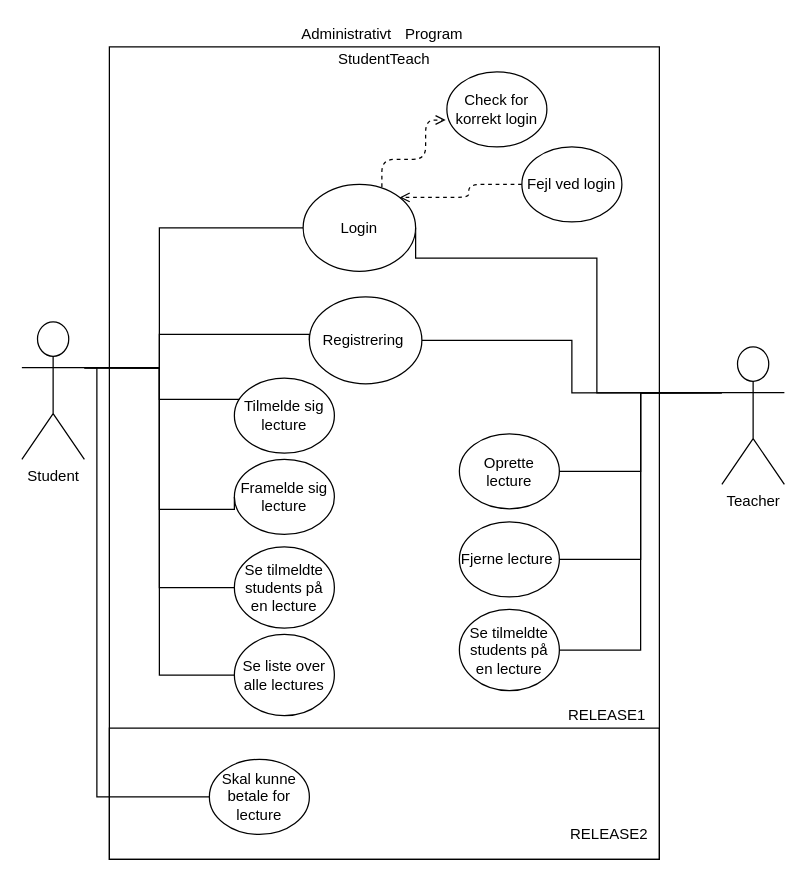
The draw.io diagram public/Andet/Programmerings_usecase.drawio in ChrisMJAndre/GruppeProjekt-2, before the edit. Source tidied: cells renumbered, new cells numbered last; positions are measured from the earlier drawing's top-left corner, leaving out a move shared by most shapes. Both pictures are drawn from the tidied source at 125%, with x=0, y=0 at pixel (21, 21).
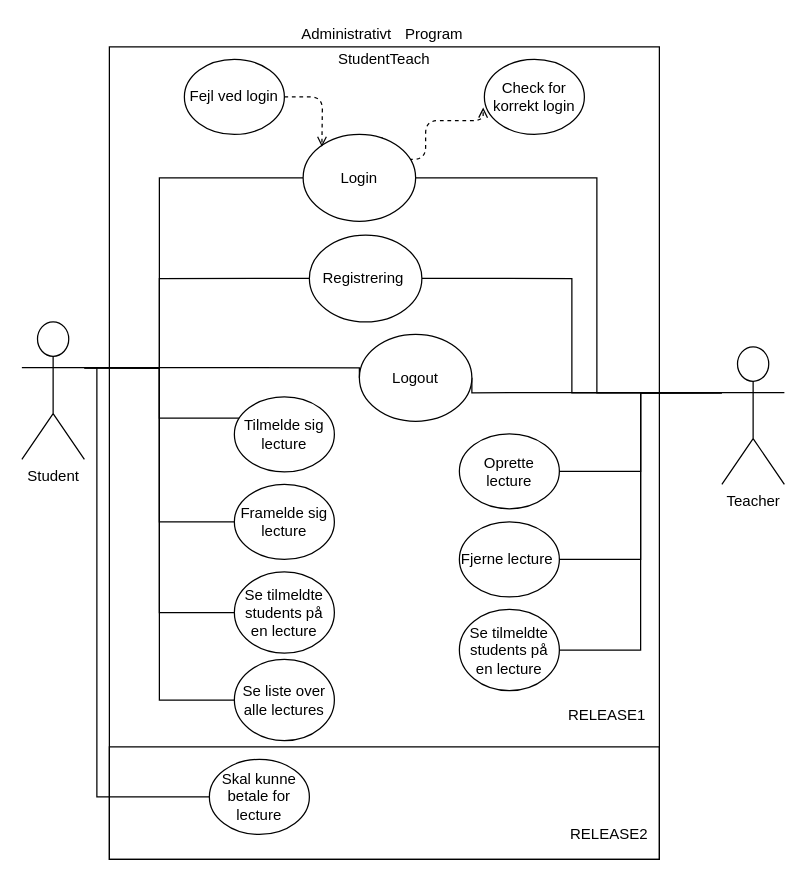
After the change.

Commit message:
Opdateret usecase (igen, igen)

The change refers to these unchanged cells:
```xml
<mxCell id="13" value="Student" style="shape=umlActor;verticalLabelPosition=bottom;labelBackgroundColor=#ffffff;verticalAlign=top;html=1;outlineConnect=0;" parent="1" vertex="1">
  <mxGeometry y="240" width="50" height="110" as="geometry" />
</mxCell>
<mxCell id="19" value="Teacher" style="shape=umlActor;verticalLabelPosition=bottom;labelBackgroundColor=#ffffff;verticalAlign=top;html=1;outlineConnect=0;" parent="1" vertex="1">
  <mxGeometry x="560" y="260" width="50" height="110" as="geometry" />
</mxCell>
```

Change to the diagram source:
```diff
@@
     <mxCell id="7" style="edgeStyle=orthogonalEdgeStyle;rounded=0;jettySize=auto;html=1;exitX=1;exitY=0.3333333333333333;exitDx=0;exitDy=0;exitPerimeter=0;entryX=0;entryY=0.5;entryDx=0;entryDy=0;endArrow=none;endFill=0;strokeColor=#000000;" parent="1" edge="1" source="13" target="29">
       <mxGeometry relative="1" as="geometry">
         <Array as="points">
           <mxPoint x="110" y="277" />
-          <mxPoint x="110" y="390" />
+          <mxPoint x="110" y="400" />
         </Array>
       </mxGeometry>
     </mxCell>
@@
     <mxCell id="9" style="edgeStyle=orthogonalEdgeStyle;rounded=0;jettySize=auto;html=1;exitX=1;exitY=0.3333333333333333;exitDx=0;exitDy=0;exitPerimeter=0;entryX=0;entryY=0.5;entryDx=0;entryDy=0;endArrow=none;endFill=0;" parent="1" edge="1" source="13" target="30">
       <mxGeometry relative="1" as="geometry">
         <Array as="points">
           <mxPoint x="110" y="277" />
-          <mxPoint x="110" y="250" />
-          <mxPoint x="230" y="250" />
+          <mxPoint x="110" y="205" />
         </Array>
       </mxGeometry>
     </mxCell>
     <mxCell id="10" style="edgeStyle=orthogonalEdgeStyle;rounded=0;jettySize=auto;html=1;exitX=1;exitY=0.3333333333333333;exitDx=0;exitDy=0;exitPerimeter=0;entryX=0;entryY=0.5;entryDx=0;entryDy=0;endArrow=none;endFill=0;" parent="1" edge="1" source="13" target="21">
       <mxGeometry relative="1" as="geometry">
         <Array as="points">
           <mxPoint x="110" y="277" />
-          <mxPoint x="110" y="165" />
+          <mxPoint x="110" y="125" />
         </Array>
       </mxGeometry>
     </mxCell>
     <mxCell id="11" style="edgeStyle=orthogonalEdgeStyle;rounded=0;jettySize=auto;html=1;exitX=1;exitY=0.3333333333333333;exitDx=0;exitDy=0;exitPerimeter=0;entryX=0;entryY=0.5;entryDx=0;entryDy=0;endArrow=none;endFill=0;" parent="1" edge="1" source="13" target="35">
       <mxGeometry relative="1" as="geometry">
         <Array as="points">
           <mxPoint x="110" y="277" />
-          <mxPoint x="110" y="453" />
+          <mxPoint x="110" y="473" />
         </Array>
       </mxGeometry>
     </mxCell>
@@
+    <mxCell id="37" style="edgeStyle=orthogonalEdgeStyle;rounded=0;jettySize=auto;html=1;exitX=1;exitY=0.3333333333333333;exitDx=0;exitDy=0;exitPerimeter=0;entryX=0;entryY=0.5;entryDx=0;entryDy=0;endArrow=none;endFill=0;" parent="1" edge="1" source="13" target="39">
+      <mxGeometry relative="1" as="geometry">
+        <Array as="points">
+          <mxPoint x="270" y="277" />
+        </Array>
+      </mxGeometry>
+    </mxCell>
@@
     <mxCell id="18" style="edgeStyle=orthogonalEdgeStyle;rounded=0;jettySize=auto;html=1;exitX=0;exitY=0.3333333333333333;exitDx=0;exitDy=0;exitPerimeter=0;entryX=1;entryY=0.5;entryDx=0;entryDy=0;endArrow=none;endFill=0;" parent="1" edge="1" source="19" target="21">
       <mxGeometry relative="1" as="geometry">
         <Array as="points">
           <mxPoint x="460" y="297" />
-          <mxPoint x="460" y="189" />
-          <mxPoint x="315" y="189" />
+          <mxPoint x="460" y="125" />
         </Array>
       </mxGeometry>
     </mxCell>
+    <mxCell id="38" style="edgeStyle=orthogonalEdgeStyle;rounded=0;jettySize=auto;html=1;exitX=0;exitY=0.3333333333333333;exitDx=0;exitDy=0;exitPerimeter=0;entryX=1;entryY=0.5;entryDx=0;entryDy=0;endArrow=none;endFill=0;" parent="1" edge="1" source="19" target="39">
+      <mxGeometry relative="1" as="geometry">
+        <Array as="points">
+          <mxPoint x="360" y="297" />
+        </Array>
+      </mxGeometry>
+    </mxCell>
@@
     <mxCell id="21" value="Login" style="ellipse;whiteSpace=wrap;html=1;" parent="1" vertex="1">
-      <mxGeometry x="225" y="130" width="90" height="69.5" as="geometry" />
+      <mxGeometry x="225" y="90" width="90" height="69.5" as="geometry" />
     </mxCell>
     <mxCell id="22" value="Tilmelde sig lecture" style="ellipse;whiteSpace=wrap;html=1;" parent="1" vertex="1">
-      <mxGeometry x="170" y="285" width="80" height="60" as="geometry" />
+      <mxGeometry x="170" y="300" width="80" height="60" as="geometry" />
     </mxCell>
@@
     <mxCell id="26" value="Check for korrekt login" style="ellipse;whiteSpace=wrap;html=1;" parent="1" vertex="1">
-      <mxGeometry x="340" y="40" width="80" height="60" as="geometry" />
+      <mxGeometry x="370" y="30" width="80" height="60" as="geometry" />
     </mxCell>
-    <mxCell id="27" style="edgeStyle=orthogonalEdgeStyle;rounded=1;jettySize=auto;html=1;exitX=0;exitY=0.5;exitDx=0;exitDy=0;entryX=1;entryY=0;entryDx=0;entryDy=0;dashed=1;endArrow=open;endFill=0;strokeColor=#000000;" parent="1" edge="1" source="28" target="21">
-      <mxGeometry relative="1" as="geometry" />
+    <mxCell id="27" style="edgeStyle=orthogonalEdgeStyle;rounded=1;jettySize=auto;html=1;exitX=1;exitY=0.5;exitDx=0;exitDy=0;dashed=1;endArrow=open;endFill=0;strokeColor=#000000;" parent="1" edge="1" source="28">
+      <mxGeometry relative="1" as="geometry">
+        <mxPoint x="240" y="100" as="targetPoint" />
+      </mxGeometry>
     </mxCell>
     <mxCell id="28" value="Fejl ved login" style="ellipse;whiteSpace=wrap;html=1;" parent="1" vertex="1">
-      <mxGeometry x="400" y="100" width="80" height="60" as="geometry" />
+      <mxGeometry x="130" y="30" width="80" height="60" as="geometry" />
     </mxCell>
     <mxCell id="29" value="Framelde sig lecture" style="ellipse;whiteSpace=wrap;html=1;" parent="1" vertex="1">
-      <mxGeometry x="170" y="350" width="80" height="60" as="geometry" />
+      <mxGeometry x="170" y="370" width="80" height="60" as="geometry" />
     </mxCell>
     <mxCell id="30" value="Registrering&amp;nbsp;" style="ellipse;whiteSpace=wrap;html=1;" parent="1" vertex="1">
-      <mxGeometry x="230" y="220" width="90" height="69.5" as="geometry" />
+      <mxGeometry x="230" y="170.5" width="90" height="69.5" as="geometry" />
     </mxCell>
@@
     <mxCell id="34" style="rounded=0;whiteSpace=wrap;html=1;gradientColor=#ffffff;fillColor=none;" parent="1" vertex="1">
-      <mxGeometry x="70" y="565" width="440" height="105" as="geometry" />
+      <mxGeometry x="70" y="580" width="440" height="90" as="geometry" />
     </mxCell>
     <mxCell id="35" value="Se tilmeldte students på en lecture" style="ellipse;whiteSpace=wrap;html=1;" parent="1" vertex="1">
-      <mxGeometry x="170" y="420" width="80" height="65" as="geometry" />
+      <mxGeometry x="170" y="440" width="80" height="65" as="geometry" />
     </mxCell>
     <mxCell id="36" value="Se liste over alle lectures" style="ellipse;whiteSpace=wrap;html=1;" parent="1" vertex="1">
-      <mxGeometry x="170" y="490" width="80" height="65" as="geometry" />
+      <mxGeometry x="170" y="510" width="80" height="65" as="geometry" />
     </mxCell>
+    <mxCell id="39" value="Logout" style="ellipse;whiteSpace=wrap;html=1;" parent="1" vertex="1">
+      <mxGeometry x="270" y="250" width="90" height="69.5" as="geometry" />
+    </mxCell>
```
